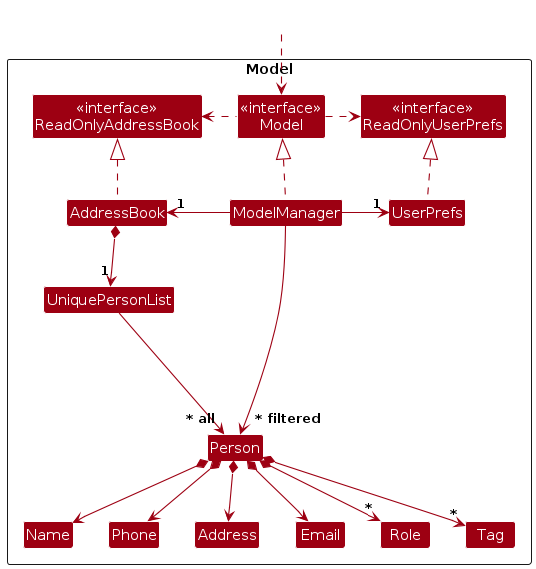
The PlantUML diagram diagrams/ModelClassDiagram.png in AY2526S1-CS2103T-F15b-3/tp, before a commit. Its source is kept beside it as diagrams/ModelClassDiagram.puml. Its diagram source:
```plantuml
@startuml
!include style.puml
skinparam arrowThickness 1.1
skinparam arrowColor MODEL_COLOR
skinparam classBackgroundColor MODEL_COLOR

Package Model as ModelPackage <<Rectangle>>{
Class "<<interface>>\nReadOnlyAddressBook" as ReadOnlyAddressBook
Class "<<interface>>\nReadOnlyUserPrefs" as ReadOnlyUserPrefs
Class "<<interface>>\nModel" as Model
Class AddressBook
Class ModelManager
Class UserPrefs

Class UniquePersonList
Class Person
Class Address
Class Email
Class Name
Class Phone
Class Role
Class Tag

Class I #FFFFFF
}

Class HiddenOutside #FFFFFF
HiddenOutside ..> Model

AddressBook .up.|> ReadOnlyAddressBook

ModelManager .up.|> Model
Model .right.> ReadOnlyUserPrefs
Model .left.> ReadOnlyAddressBook
ModelManager -left-> "1" AddressBook
ModelManager -right-> "1" UserPrefs
UserPrefs .up.|> ReadOnlyUserPrefs

AddressBook *--> "1" UniquePersonList
UniquePersonList --> "~* all" Person
Person *--> Name
Person *--> Phone
Person *--> Email
Person *--> Address
Person *--> "*" Role
Person *--> "*" Tag

Person -[hidden]up--> I
UniquePersonList -[hidden]right-> I

Name -[hidden]right-> Phone
Phone -[hidden]right-> Address
Address -[hidden]right-> Email
Email -[hidden]right-> Role

ModelManager --> "~* filtered" Person
@enduml
```
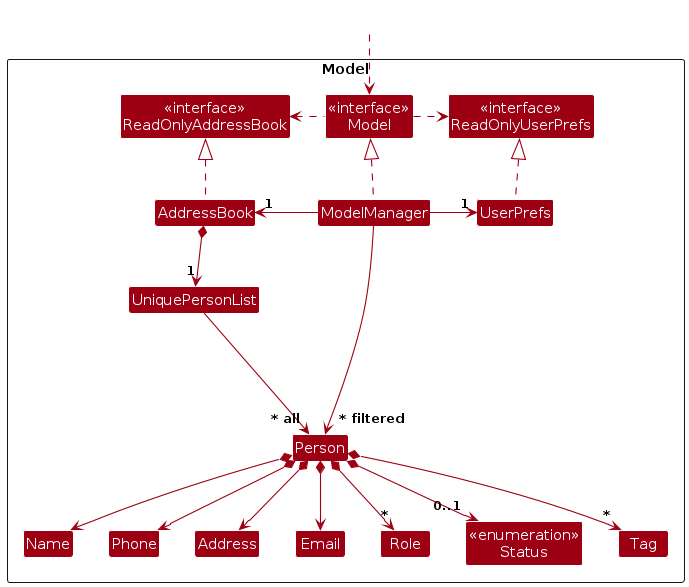
After the commit.

Diff of the diagram source:
```diff
@@ -5,6 +5,7 @@
 skinparam classBackgroundColor MODEL_COLOR
 
 Package Model as ModelPackage <<Rectangle>>{
+Class "<<enumeration>>\nStatus" as Status
 Class "<<interface>>\nReadOnlyAddressBook" as ReadOnlyAddressBook
 Class "<<interface>>\nReadOnlyUserPrefs" as ReadOnlyUserPrefs
 Class "<<interface>>\nModel" as Model
@@ -20,6 +21,7 @@
 Class Phone
 Class Role
 Class Tag
+
 
 Class I #FFFFFF
 }
@@ -44,6 +46,7 @@
 Person *--> Address
 Person *--> "*" Role
 Person *--> "*" Tag
+Person *--> "0..1" Status
 
 Person -[hidden]up--> I
 UniquePersonList -[hidden]right-> I
@@ -52,6 +55,7 @@
 Phone -[hidden]right-> Address
 Address -[hidden]right-> Email
 Email -[hidden]right-> Role
+Role -[hidden]right-> Status
 
 ModelManager --> "~* filtered" Person
 @enduml
```
